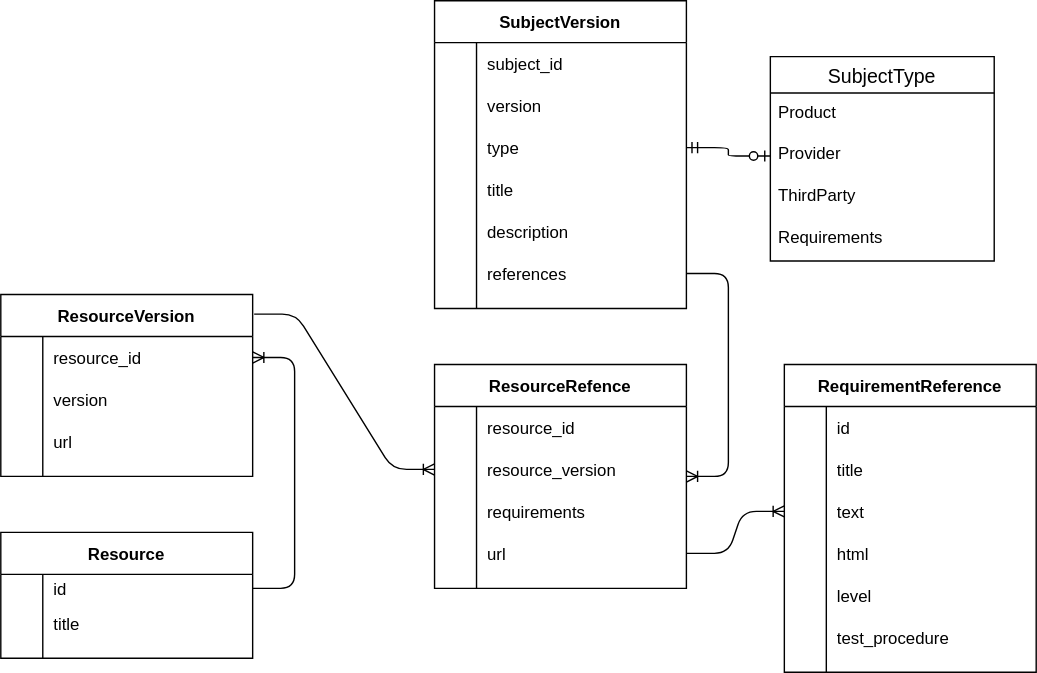
Above: draw.io/DataModell.svg in spilikin/spegg (draw.io), before the change. Source tidied: cells renumbered, new cells last; positions are measured from the earlier drawing's top-left corner, leaving out a move shared by most shapes.
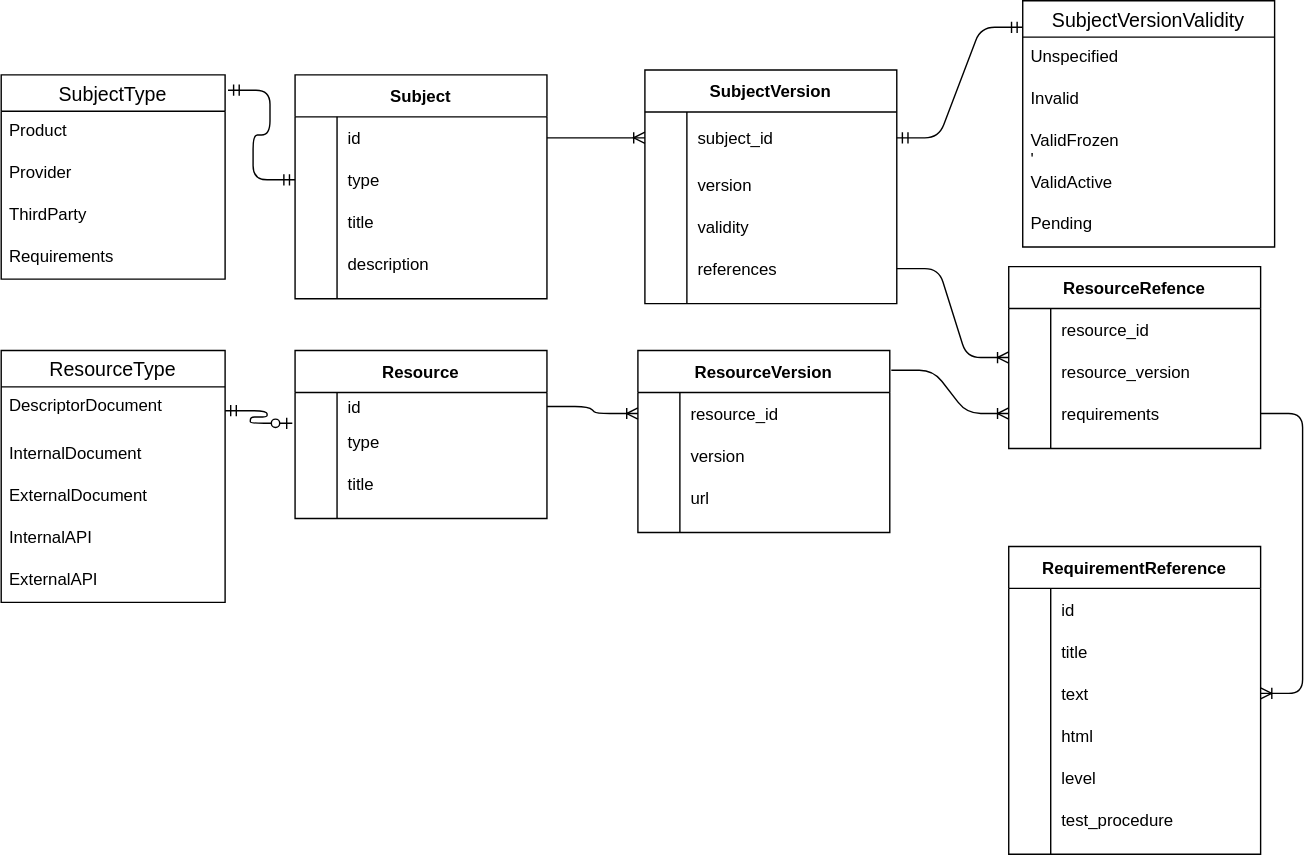
Later version of the same file.

Diff of the diagram source:
```diff
@@ -3,19 +3,19 @@
     <mxCell id="0" />
     <mxCell id="1" parent="0" />
     <mxCell id="2" value="SubjectVersion" style="shape=table;startSize=30;rowLines=0;fontStyle=1;align=center;" parent="1" vertex="1">
-      <mxGeometry x="310" width="180" height="220" as="geometry" />
+      <mxGeometry x="400" y="-10.5" width="180" height="167" as="geometry" />
     </mxCell>
     <mxCell id="3" style="shape=partialRectangle;fillColor=none;points=[[0,0.5],[1,0.5]];portConstraint=eastwest;top=0;left=0;right=0;bottom=0;" parent="2" vertex="1">
-      <mxGeometry y="30" width="180" height="30" as="geometry" />
+      <mxGeometry y="30" width="180" height="37" as="geometry" />
     </mxCell>
     <mxCell id="4" style="shape=partialRectangle;overflow=hidden;fillColor=none;top=0;left=0;bottom=0;right=0;" parent="3" vertex="1">
-      <mxGeometry width="30" height="30" as="geometry" />
+      <mxGeometry width="30" height="37" as="geometry" />
     </mxCell>
     <mxCell id="5" value="subject_id" style="shape=partialRectangle;overflow=hidden;fillColor=none;top=0;left=0;bottom=0;right=0;align=left;spacingLeft=6;" parent="3" vertex="1">
-      <mxGeometry x="30" width="150" height="30" as="geometry" />
+      <mxGeometry x="30" width="150" height="37" as="geometry" />
     </mxCell>
     <mxCell id="6" style="shape=partialRectangle;fillColor=none;top=0;left=0;right=0;bottom=0;" parent="2" vertex="1">
-      <mxGeometry y="60" width="180" height="30" as="geometry" />
+      <mxGeometry y="67" width="180" height="30" as="geometry" />
     </mxCell>
     <mxCell id="7" style="shape=partialRectangle;overflow=hidden;fillColor=none;top=0;left=0;bottom=0;right=0;" parent="6" vertex="1">
       <mxGeometry width="30" height="30" as="geometry" />
@@ -23,44 +23,26 @@
     <mxCell id="8" value="version" style="shape=partialRectangle;overflow=hidden;fillColor=none;top=0;left=0;bottom=0;right=0;align=left;spacingLeft=6;" parent="6" vertex="1">
       <mxGeometry x="30" width="150" height="30" as="geometry" />
     </mxCell>
-    <mxCell id="9" style="shape=partialRectangle;fillColor=none;points=[[0,0.5],[1,0.5]];portConstraint=eastwest;top=0;left=0;right=0;bottom=0;" parent="2" vertex="1">
-      <mxGeometry y="90" width="180" height="30" as="geometry" />
-    </mxCell>
-    <mxCell id="10" style="shape=partialRectangle;overflow=hidden;fillColor=none;top=0;left=0;bottom=0;right=0;" parent="9" vertex="1">
-      <mxGeometry width="30" height="30" as="geometry" />
-    </mxCell>
-    <mxCell id="11" value="type" style="shape=partialRectangle;overflow=hidden;fillColor=none;top=0;left=0;bottom=0;right=0;align=left;spacingLeft=6;" parent="9" vertex="1">
-      <mxGeometry x="30" width="150" height="30" as="geometry" />
-    </mxCell>
-    <mxCell id="12" style="shape=partialRectangle;fillColor=none;top=0;left=0;right=0;bottom=0;" parent="2" vertex="1">
-      <mxGeometry y="120" width="180" height="30" as="geometry" />
-    </mxCell>
-    <mxCell id="13" style="shape=partialRectangle;overflow=hidden;fillColor=none;top=0;left=0;bottom=0;right=0;" parent="12" vertex="1">
-      <mxGeometry width="30" height="30" as="geometry" />
-    </mxCell>
-    <mxCell id="14" value="title" style="shape=partialRectangle;overflow=hidden;fillColor=none;top=0;left=0;bottom=0;right=0;align=left;spacingLeft=6;" parent="12" vertex="1">
-      <mxGeometry x="30" width="150" height="30" as="geometry" />
-    </mxCell>
-    <mxCell id="15" style="shape=partialRectangle;fillColor=none;top=0;left=0;right=0;bottom=0;" parent="2" vertex="1">
-      <mxGeometry y="150" width="180" height="30" as="geometry" />
-    </mxCell>
-    <mxCell id="16" style="shape=partialRectangle;overflow=hidden;fillColor=none;top=0;left=0;bottom=0;right=0;" parent="15" vertex="1">
-      <mxGeometry width="30" height="30" as="geometry" />
-    </mxCell>
-    <mxCell id="17" value="description" style="shape=partialRectangle;overflow=hidden;fillColor=none;top=0;left=0;bottom=0;right=0;align=left;spacingLeft=6;" parent="15" vertex="1">
-      <mxGeometry x="30" width="150" height="30" as="geometry" />
-    </mxCell>
     <mxCell id="18" style="shape=partialRectangle;fillColor=none;points=[[0,0.5],[1,0.5]];portConstraint=eastwest;top=0;left=0;right=0;bottom=0;" parent="2" vertex="1">
-      <mxGeometry y="180" width="180" height="30" as="geometry" />
+      <mxGeometry y="97" width="180" height="30" as="geometry" />
     </mxCell>
     <mxCell id="19" style="shape=partialRectangle;overflow=hidden;fillColor=none;top=0;left=0;bottom=0;right=0;" parent="18" vertex="1">
       <mxGeometry width="30" height="30" as="geometry" />
     </mxCell>
-    <mxCell id="20" value="references" style="shape=partialRectangle;overflow=hidden;fillColor=none;top=0;left=0;bottom=0;right=0;align=left;spacingLeft=6;" parent="18" vertex="1">
+    <mxCell id="20" value="validity" style="shape=partialRectangle;overflow=hidden;fillColor=none;top=0;left=0;bottom=0;right=0;align=left;spacingLeft=6;" parent="18" vertex="1">
       <mxGeometry x="30" width="150" height="30" as="geometry" />
     </mxCell>
+    <mxCell id="80" style="shape=partialRectangle;fillColor=none;points=[[0,0.5],[1,0.5]];portConstraint=eastwest;top=0;left=0;right=0;bottom=0;" parent="2" vertex="1">
+      <mxGeometry y="127" width="180" height="30" as="geometry" />
+    </mxCell>
+    <mxCell id="81" style="shape=partialRectangle;overflow=hidden;fillColor=none;top=0;left=0;bottom=0;right=0;" parent="80" vertex="1">
+      <mxGeometry width="30" height="30" as="geometry" />
+    </mxCell>
+    <mxCell id="82" value="references" style="shape=partialRectangle;overflow=hidden;fillColor=none;top=0;left=0;bottom=0;right=0;align=left;spacingLeft=6;" parent="80" vertex="1">
+      <mxGeometry x="30" width="150" height="30" as="geometry" />
+    </mxCell>
     <mxCell id="21" value="SubjectType" style="swimlane;fontStyle=0;horizontal=1;startSize=26;align=center;fontSize=14;" parent="1" vertex="1">
-      <mxGeometry x="550" y="40" width="160" height="146" as="geometry" />
+      <mxGeometry x="-60" y="-7" width="160" height="146" as="geometry" />
     </mxCell>
     <mxCell id="22" value="Product" style="text;strokeColor=none;fillColor=none;spacingLeft=4;spacingRight=4;overflow=hidden;fontSize=12;" parent="21" vertex="1">
       <mxGeometry y="26" width="160" height="30" as="geometry" />
@@ -74,14 +56,11 @@
     <mxCell id="25" value="Requirements" style="text;strokeColor=none;fillColor=none;spacingLeft=4;spacingRight=4;overflow=hidden;fontSize=12;" parent="21" vertex="1">
       <mxGeometry y="116" width="160" height="30" as="geometry" />
     </mxCell>
-    <mxCell id="26" style="edgeStyle=entityRelationEdgeStyle;fontSize=12;html=1;endArrow=ERzeroToOne;startArrow=ERmandOne;entryX=0;entryY=0.5;entryDx=0;entryDy=0;exitX=1;exitY=0.5;exitDx=0;exitDy=0;" parent="1" edge="1" source="9" target="23">
-      <mxGeometry relative="1" as="geometry" />
-    </mxCell>
-    <mxCell id="27" style="edgeStyle=entityRelationEdgeStyle;fontSize=12;html=1;endArrow=ERoneToMany;exitX=1;exitY=0.5;exitDx=0;exitDy=0;" parent="1" edge="1" source="18" target="28">
+    <mxCell id="27" style="edgeStyle=entityRelationEdgeStyle;fontSize=12;html=1;endArrow=ERoneToMany;exitX=1;exitY=0.5;exitDx=0;exitDy=0;" parent="1" edge="1" source="80" target="28">
       <mxGeometry relative="1" as="geometry" />
     </mxCell>
     <mxCell id="28" value="ResourceRefence" style="shape=table;startSize=30;rowLines=0;fontStyle=1;align=center;" parent="1" vertex="1">
-      <mxGeometry x="310" y="260" width="180" height="160" as="geometry" />
+      <mxGeometry x="660" y="130" width="180" height="130" as="geometry" />
     </mxCell>
     <mxCell id="29" style="shape=partialRectangle;fillColor=none;top=0;left=0;bottom=0;right=0;" parent="28" vertex="1">
       <mxGeometry y="30" width="180" height="30" as="geometry" />
@@ -110,26 +89,17 @@
     <mxCell id="37" value="requirements" style="shape=partialRectangle;fillColor=none;top=0;left=0;bottom=0;right=0;align=left;spacingLeft=6;overflow=hidden;" parent="35" vertex="1">
       <mxGeometry x="30" width="150" height="30" as="geometry" />
     </mxCell>
-    <mxCell id="38" style="shape=partialRectangle;fillColor=none;top=0;left=0;bottom=0;right=0;points=[[0,0.5],[1,0.5]];portConstraint=eastwest;" parent="28" vertex="1">
-      <mxGeometry y="120" width="180" height="30" as="geometry" />
-    </mxCell>
-    <mxCell id="39" style="shape=partialRectangle;fillColor=none;top=0;left=0;bottom=0;right=0;overflow=hidden;" parent="38" vertex="1">
-      <mxGeometry width="30" height="30" as="geometry" />
-    </mxCell>
-    <mxCell id="40" value="url" style="shape=partialRectangle;fillColor=none;top=0;left=0;bottom=0;right=0;align=left;spacingLeft=6;overflow=hidden;" parent="38" vertex="1">
-      <mxGeometry x="30" width="150" height="30" as="geometry" />
-    </mxCell>
-    <mxCell id="41" style="edgeStyle=entityRelationEdgeStyle;fontSize=12;html=1;endArrow=ERoneToMany;exitX=1;exitY=0.5;exitDx=0;exitDy=0;entryX=0;entryY=0.5;entryDx=0;entryDy=0;" parent="1" edge="1" source="38" target="51">
+    <mxCell id="41" style="edgeStyle=entityRelationEdgeStyle;fontSize=12;html=1;endArrow=ERoneToMany;exitX=1;exitY=0.5;exitDx=0;exitDy=0;entryX=1;entryY=0.5;entryDx=0;entryDy=0;" parent="1" edge="1" source="35" target="51">
       <mxGeometry relative="1" as="geometry" />
     </mxCell>
-    <mxCell id="42" style="edgeStyle=entityRelationEdgeStyle;fontSize=12;html=1;endArrow=ERoneToMany;exitX=1.006;exitY=0.108;exitDx=0;exitDy=0;entryX=0;entryY=0.5;entryDx=0;entryDy=0;exitPerimeter=0;" parent="1" edge="1" source="63" target="32">
+    <mxCell id="42" style="edgeStyle=entityRelationEdgeStyle;fontSize=12;html=1;endArrow=ERoneToMany;exitX=1.006;exitY=0.108;exitDx=0;exitDy=0;entryX=0;entryY=0.5;entryDx=0;entryDy=0;exitPerimeter=0;" parent="1" edge="1" source="63" target="35">
       <mxGeometry relative="1" as="geometry" />
     </mxCell>
-    <mxCell id="43" style="edgeStyle=entityRelationEdgeStyle;fontSize=12;html=1;endArrow=ERoneToMany;entryX=1;entryY=0.5;entryDx=0;entryDy=0;exitX=1;exitY=0.5;exitDx=0;exitDy=0;" parent="1" edge="1" source="74" target="64">
+    <mxCell id="43" style="edgeStyle=entityRelationEdgeStyle;fontSize=12;html=1;endArrow=ERoneToMany;entryX=0;entryY=0.5;entryDx=0;entryDy=0;exitX=1;exitY=0.5;exitDx=0;exitDy=0;" parent="1" edge="1" source="74" target="64">
       <mxGeometry relative="1" as="geometry" />
     </mxCell>
     <mxCell id="44" value="RequirementReference" style="shape=table;startSize=30;rowLines=0;fontStyle=1;align=center;" parent="1" vertex="1">
-      <mxGeometry x="560" y="260" width="180" height="220" as="geometry" />
+      <mxGeometry x="660" y="330" width="180" height="220" as="geometry" />
     </mxCell>
     <mxCell id="45" style="shape=partialRectangle;fillColor=none;top=0;left=0;bottom=0;right=0;" parent="44" vertex="1">
       <mxGeometry y="30" width="180" height="30" as="geometry" />
@@ -186,7 +156,7 @@
       <mxGeometry x="30" width="150" height="30" as="geometry" />
     </mxCell>
     <mxCell id="63" value="ResourceVersion" style="shape=table;startSize=30;rowLines=0;fontStyle=1;align=center;" parent="1" vertex="1">
-      <mxGeometry y="210" width="180" height="130" as="geometry" />
+      <mxGeometry x="395" y="190" width="180" height="130" as="geometry" />
     </mxCell>
     <mxCell id="64" style="shape=partialRectangle;fillColor=none;top=0;left=0;bottom=0;right=0;points=[[0,0.5],[1,0.5]];portConstraint=eastwest;" parent="63" vertex="1">
       <mxGeometry y="30" width="180" height="30" as="geometry" />
@@ -216,7 +186,7 @@
       <mxGeometry x="30" width="150" height="30" as="geometry" />
     </mxCell>
     <mxCell id="73" value="Resource" style="shape=table;startSize=30;rowLines=0;fontStyle=1;align=center;" parent="1" vertex="1">
-      <mxGeometry y="380" width="180" height="90" as="geometry" />
+      <mxGeometry x="150" y="190" width="180" height="120" as="geometry" />
     </mxCell>
     <mxCell id="74" style="shape=partialRectangle;fillColor=none;top=0;left=0;bottom=0;right=0;points=[[0,0.5],[1,0.5]];portConstraint=eastwest;" parent="73" vertex="1">
       <mxGeometry y="30" width="180" height="20" as="geometry" />
@@ -233,8 +203,104 @@
     <mxCell id="78" style="shape=partialRectangle;fillColor=none;top=0;left=0;bottom=0;right=0;overflow=hidden;" parent="77" vertex="1">
       <mxGeometry width="30" height="30" as="geometry" />
     </mxCell>
-    <mxCell id="79" value="title" style="shape=partialRectangle;fillColor=none;top=0;left=0;bottom=0;right=0;align=left;spacingLeft=6;overflow=hidden;" parent="77" vertex="1">
+    <mxCell id="79" value="type" style="shape=partialRectangle;fillColor=none;top=0;left=0;bottom=0;right=0;align=left;spacingLeft=6;overflow=hidden;" parent="77" vertex="1">
       <mxGeometry x="30" width="150" height="30" as="geometry" />
     </mxCell>
+    <mxCell id="83" style="shape=partialRectangle;fillColor=none;top=0;left=0;bottom=0;right=0;" parent="73" vertex="1">
+      <mxGeometry y="80" width="180" height="30" as="geometry" />
+    </mxCell>
+    <mxCell id="39" style="shape=partialRectangle;fillColor=none;top=0;left=0;bottom=0;right=0;overflow=hidden;" parent="83" vertex="1">
+      <mxGeometry width="30" height="30" as="geometry" />
+    </mxCell>
+    <mxCell id="84" value="title" style="shape=partialRectangle;fillColor=none;top=0;left=0;bottom=0;right=0;align=left;spacingLeft=6;overflow=hidden;" parent="83" vertex="1">
+      <mxGeometry x="30" width="150" height="30" as="geometry" />
+    </mxCell>
+    <mxCell id="85" value="Subject" style="shape=table;startSize=30;rowLines=0;fontStyle=1;align=center;" parent="1" vertex="1">
+      <mxGeometry x="150" y="-7" width="180" height="160" as="geometry" />
+    </mxCell>
+    <mxCell id="86" style="shape=partialRectangle;fillColor=none;points=[[0,0.5],[1,0.5]];portConstraint=eastwest;top=0;left=0;right=0;bottom=0;" parent="85" vertex="1">
+      <mxGeometry y="30" width="180" height="30" as="geometry" />
+    </mxCell>
+    <mxCell id="87" style="shape=partialRectangle;overflow=hidden;fillColor=none;top=0;left=0;bottom=0;right=0;" parent="86" vertex="1">
+      <mxGeometry width="30" height="30" as="geometry" />
+    </mxCell>
+    <mxCell id="88" value="id" style="shape=partialRectangle;overflow=hidden;fillColor=none;top=0;left=0;bottom=0;right=0;align=left;spacingLeft=6;" parent="86" vertex="1">
+      <mxGeometry x="30" width="150" height="30" as="geometry" />
+    </mxCell>
+    <mxCell id="89" style="shape=partialRectangle;fillColor=none;points=[[0,0.5],[1,0.5]];portConstraint=eastwest;top=0;left=0;right=0;bottom=0;" parent="85" vertex="1">
+      <mxGeometry y="60" width="180" height="30" as="geometry" />
+    </mxCell>
+    <mxCell id="90" style="shape=partialRectangle;overflow=hidden;fillColor=none;top=0;left=0;bottom=0;right=0;" parent="89" vertex="1">
+      <mxGeometry width="30" height="30" as="geometry" />
+    </mxCell>
+    <mxCell id="11" value="type" style="shape=partialRectangle;overflow=hidden;fillColor=none;top=0;left=0;bottom=0;right=0;align=left;spacingLeft=6;" parent="89" vertex="1">
+      <mxGeometry x="30" width="150" height="30" as="geometry" />
+    </mxCell>
+    <mxCell id="9" style="shape=partialRectangle;fillColor=none;points=[[0,0.5],[1,0.5]];portConstraint=eastwest;top=0;left=0;right=0;bottom=0;" parent="85" vertex="1">
+      <mxGeometry y="90" width="180" height="30" as="geometry" />
+    </mxCell>
+    <mxCell id="91" style="shape=partialRectangle;overflow=hidden;fillColor=none;top=0;left=0;bottom=0;right=0;" parent="9" vertex="1">
+      <mxGeometry width="30" height="30" as="geometry" />
+    </mxCell>
+    <mxCell id="14" value="title" style="shape=partialRectangle;overflow=hidden;fillColor=none;top=0;left=0;bottom=0;right=0;align=left;spacingLeft=6;" parent="9" vertex="1">
+      <mxGeometry x="30" width="150" height="30" as="geometry" />
+    </mxCell>
+    <mxCell id="12" style="shape=partialRectangle;fillColor=none;top=0;left=0;right=0;bottom=0;" parent="85" vertex="1">
+      <mxGeometry y="120" width="180" height="30" as="geometry" />
+    </mxCell>
+    <mxCell id="92" style="shape=partialRectangle;overflow=hidden;fillColor=none;top=0;left=0;bottom=0;right=0;" parent="12" vertex="1">
+      <mxGeometry width="30" height="30" as="geometry" />
+    </mxCell>
+    <mxCell id="17" value="description" style="shape=partialRectangle;overflow=hidden;fillColor=none;top=0;left=0;bottom=0;right=0;align=left;spacingLeft=6;" parent="12" vertex="1">
+      <mxGeometry x="30" width="150" height="30" as="geometry" />
+    </mxCell>
+    <mxCell id="93" style="edgeStyle=entityRelationEdgeStyle;fontSize=12;html=1;endArrow=ERoneToMany;exitX=1;exitY=0.5;exitDx=0;exitDy=0;entryX=0;entryY=0.5;entryDx=0;entryDy=0;" parent="1" edge="1" source="86" target="3">
+      <mxGeometry relative="1" as="geometry" />
+    </mxCell>
+    <mxCell id="94" value="ResourceType" style="swimlane;fontStyle=0;horizontal=1;startSize=26;align=center;fontSize=14;" parent="1" vertex="1">
+      <mxGeometry x="-60" y="190" width="160" height="180" as="geometry" />
+    </mxCell>
+    <mxCell id="95" value="DescriptorDocument" style="text;strokeColor=none;fillColor=none;spacingLeft=4;spacingRight=4;overflow=hidden;points=[[0,0.5],[1,0.5]];portConstraint=eastwest;fontSize=12;" parent="94" vertex="1">
+      <mxGeometry y="26" width="160" height="34" as="geometry" />
+    </mxCell>
+    <mxCell id="96" value="InternalDocument" style="text;strokeColor=none;fillColor=none;spacingLeft=4;spacingRight=4;overflow=hidden;fontSize=12;" parent="94" vertex="1">
+      <mxGeometry y="60" width="160" height="30" as="geometry" />
+    </mxCell>
+    <mxCell id="97" value="ExternalDocument" style="text;strokeColor=none;fillColor=none;spacingLeft=4;spacingRight=4;overflow=hidden;fontSize=12;" parent="94" vertex="1">
+      <mxGeometry y="90" width="160" height="30" as="geometry" />
+    </mxCell>
+    <mxCell id="98" value="InternalAPI" style="text;strokeColor=none;fillColor=none;spacingLeft=4;spacingRight=4;overflow=hidden;fontSize=12;" parent="94" vertex="1">
+      <mxGeometry y="120" width="160" height="30" as="geometry" />
+    </mxCell>
+    <mxCell id="99" value="ExternalAPI" style="text;strokeColor=none;fillColor=none;spacingLeft=4;spacingRight=4;overflow=hidden;fontSize=12;" parent="94" vertex="1">
+      <mxGeometry y="150" width="160" height="30" as="geometry" />
+    </mxCell>
+    <mxCell id="100" style="edgeStyle=entityRelationEdgeStyle;fontSize=12;html=1;endArrow=ERzeroToOne;startArrow=ERmandOne;entryX=-0.011;entryY=0.067;entryDx=0;entryDy=0;exitX=1;exitY=0.5;exitDx=0;exitDy=0;entryPerimeter=0;" parent="1" edge="1" source="95" target="77">
+      <mxGeometry relative="1" as="geometry" />
+    </mxCell>
+    <mxCell id="101" style="edgeStyle=entityRelationEdgeStyle;fontSize=12;html=1;endArrow=ERmandOne;startArrow=ERmandOne;exitX=1.013;exitY=0.075;exitDx=0;exitDy=0;exitPerimeter=0;" parent="1" edge="1" source="21" target="89">
+      <mxGeometry relative="1" as="geometry" />
+    </mxCell>
+    <mxCell id="102" value="SubjectVersionValidity" style="swimlane;fontStyle=0;horizontal=1;startSize=26;align=center;fontSize=14;" parent="1" vertex="1">
+      <mxGeometry x="670" y="-60" width="180" height="176" as="geometry" />
+    </mxCell>
+    <mxCell id="103" value="Unspecified" style="text;strokeColor=none;fillColor=none;spacingLeft=4;spacingRight=4;overflow=hidden;fontSize=12;" parent="102" vertex="1">
+      <mxGeometry y="26" width="180" height="30" as="geometry" />
+    </mxCell>
+    <mxCell id="104" value="Invalid" style="text;strokeColor=none;fillColor=none;spacingLeft=4;spacingRight=4;overflow=hidden;fontSize=12;" parent="102" vertex="1">
+      <mxGeometry y="56" width="180" height="30" as="geometry" />
+    </mxCell>
+    <mxCell id="105" value="    ValidFrozen&#10;'" style="text;strokeColor=none;fillColor=none;spacingLeft=4;spacingRight=4;overflow=hidden;fontSize=12;" parent="102" vertex="1">
+      <mxGeometry y="86" width="180" height="30" as="geometry" />
+    </mxCell>
+    <mxCell id="106" value="ValidActive" style="text;strokeColor=none;fillColor=none;spacingLeft=4;spacingRight=4;overflow=hidden;fontSize=12;" parent="102" vertex="1">
+      <mxGeometry y="116" width="180" height="30" as="geometry" />
+    </mxCell>
+    <mxCell id="107" value="Pending" style="text;strokeColor=none;fillColor=none;spacingLeft=4;spacingRight=4;overflow=hidden;fontSize=12;" parent="102" vertex="1">
+      <mxGeometry y="146" width="180" height="30" as="geometry" />
+    </mxCell>
+    <mxCell id="108" style="edgeStyle=entityRelationEdgeStyle;fontSize=12;html=1;endArrow=ERmandOne;startArrow=ERmandOne;exitX=1;exitY=0.5;exitDx=0;exitDy=0;entryX=0;entryY=0.108;entryDx=0;entryDy=0;entryPerimeter=0;" parent="1" edge="1" source="3" target="102">
+      <mxGeometry relative="1" as="geometry" />
+    </mxCell>
   </root>
 </mxGraphModel>
```
